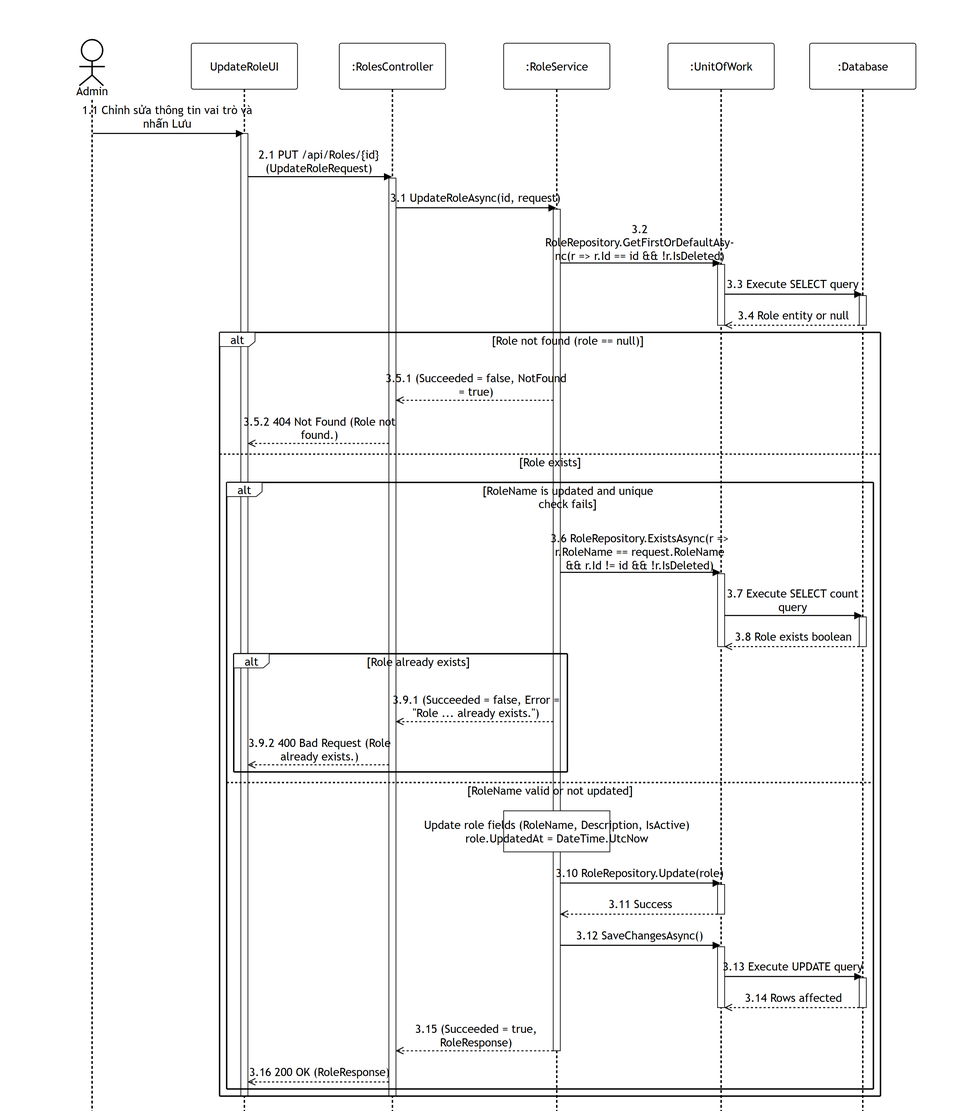
Earlier version of the Mermaid export 02-user-role-management/images/apis/update-role.png (PhucAnDev/docx-diagram). Its source is kept beside it as 02-user-role-management/sequence-diagram/apis/update-role.mmd. The source it was exported from:
```mermaid
%%{init: {'theme':'base', 'themeVariables': {'actorBkg':'#ffffff','actorBorder':'#000000','actorTextColor':'#000000','actorLineColor':'#000000','signalColor':'#000000','signalTextColor':'#000000','labelBoxBkgColor':'#ffffff','labelBoxBorderColor':'#000000','labelTextColor':'#000000','loopTextColor':'#000000','noteBkgColor':'#ffffff','noteBorderColor':'#000000','noteTextColor':'#000000','activationBorderColor':'#000000','activationBkgColor':'#ffffff','sequenceNumberColor':'#000000'}, 'sequence': {'width':150,'height':65,'actorFontSize':16,'messageFontSize':16,'wrap':true,'wrapPadding':10}}}%%
sequenceDiagram
    title PUT /api/Roles/{id}
    actor Admin as Admin
    participant UI as UpdateRoleUI
    participant Endpoint as :RolesController
    participant Service as :RoleService
    participant DB as :UnitOfWork
    participant Database as :Database

    Admin->>UI: 1.1 Chỉnh sửa thông tin vai trò và nhấn Lưu
    activate UI
    UI->>Endpoint: 2.1 PUT /api/Roles/{id} (UpdateRoleRequest)
    activate Endpoint

    Endpoint->>Service: 3.1 UpdateRoleAsync(id, request)
    activate Service

    Service->>DB: 3.2 RoleRepository.GetFirstOrDefaultAsync(r => r.Id == id && !r.IsDeleted)
    activate DB
    DB->>Database: 3.3 Execute SELECT query
    activate Database
    Database-->>DB: 3.4 Role entity or null
    deactivate Database
    deactivate DB

    alt Role not found (role == null)
        Service-->>Endpoint: 3.5.1 (Succeeded = false, NotFound = true)
        Endpoint-->>UI: 3.5.2 404 Not Found (Role not found.)
    else Role exists
        alt RoleName is updated and unique check fails
            Service->>DB: 3.6 RoleRepository.ExistsAsync(r => r.RoleName == request.RoleName && r.Id != id && !r.IsDeleted)
            activate DB
            DB->>Database: 3.7 Execute SELECT count query
            activate Database
            Database-->>DB: 3.8 Role exists boolean
            deactivate Database
            deactivate DB

            alt Role already exists
                Service-->>Endpoint: 3.9.1 (Succeeded = false, Error = "Role ... already exists.")
                Endpoint-->>UI: 3.9.2 400 Bad Request (Role already exists.)
            end
        else RoleName valid or not updated
            note over Service: Update role fields (RoleName, Description, IsActive)<br/>role.UpdatedAt = DateTime.UtcNow

            Service->>DB: 3.10 RoleRepository.Update(role)
            activate DB
            DB-->>Service: 3.11 Success
            deactivate DB

            Service->>DB: 3.12 SaveChangesAsync()
            activate DB
            DB->>Database: 3.13 Execute UPDATE query
            activate Database
            Database-->>DB: 3.14 Rows affected
            deactivate Database
            deactivate DB

            Service-->>Endpoint: 3.15 (Succeeded = true, RoleResponse)
            deactivate Service
            Endpoint-->>UI: 3.16 200 OK (RoleResponse)
        end
    end
    deactivate Endpoint
    deactivate UI
```
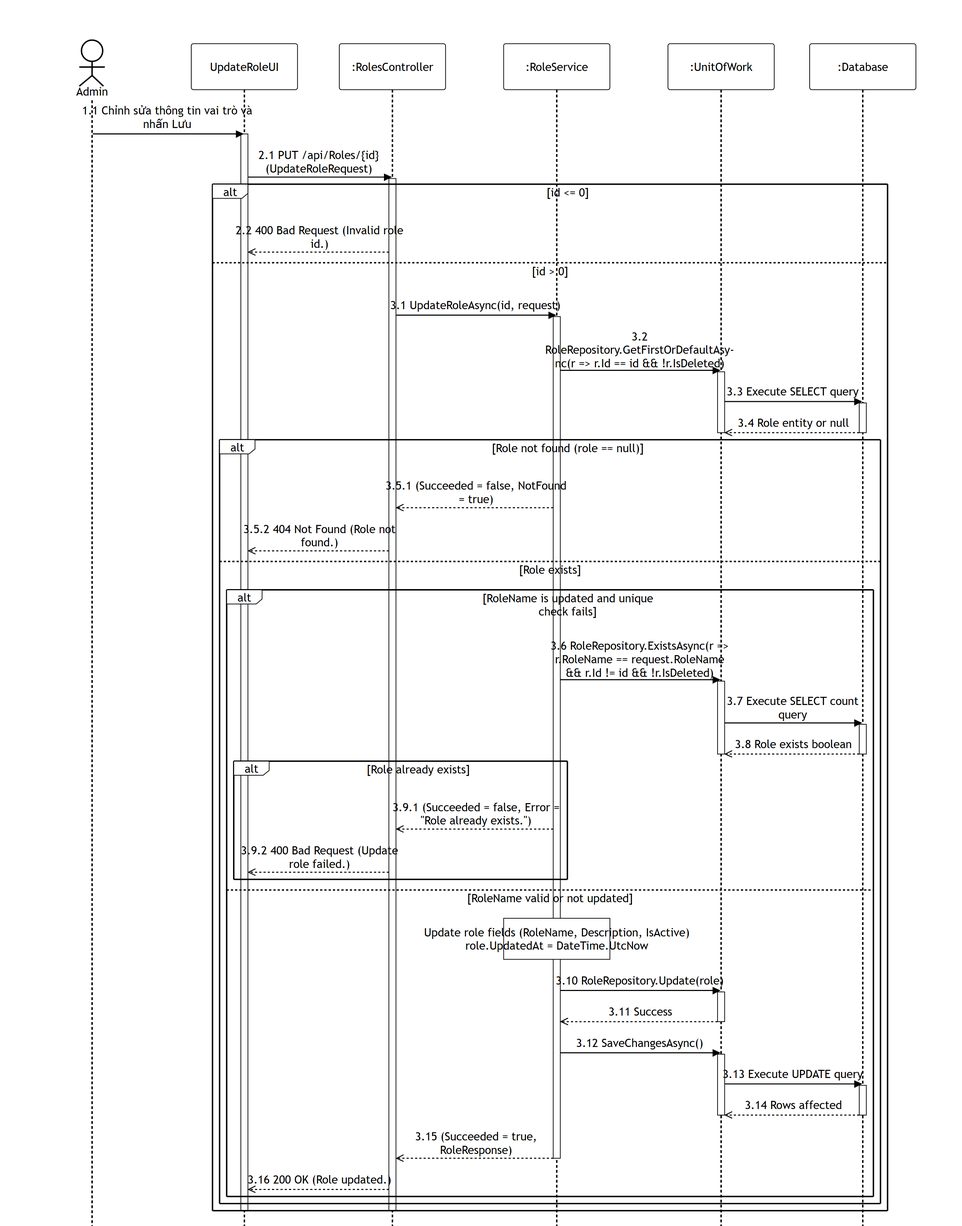
After the change.

The edit, as a diff of the source:
```diff
@@ -13,53 +13,57 @@
     UI->>Endpoint: 2.1 PUT /api/Roles/{id} (UpdateRoleRequest)
     activate Endpoint
 
-    Endpoint->>Service: 3.1 UpdateRoleAsync(id, request)
-    activate Service
+    alt id <= 0
+        Endpoint-->>UI: 2.2 400 Bad Request (Invalid role id.)
+    else id > 0
+        Endpoint->>Service: 3.1 UpdateRoleAsync(id, request)
+        activate Service
 
-    Service->>DB: 3.2 RoleRepository.GetFirstOrDefaultAsync(r => r.Id == id && !r.IsDeleted)
-    activate DB
-    DB->>Database: 3.3 Execute SELECT query
-    activate Database
-    Database-->>DB: 3.4 Role entity or null
-    deactivate Database
-    deactivate DB
+        Service->>DB: 3.2 RoleRepository.GetFirstOrDefaultAsync(r => r.Id == id && !r.IsDeleted)
+        activate DB
+        DB->>Database: 3.3 Execute SELECT query
+        activate Database
+        Database-->>DB: 3.4 Role entity or null
+        deactivate Database
+        deactivate DB
 
-    alt Role not found (role == null)
-        Service-->>Endpoint: 3.5.1 (Succeeded = false, NotFound = true)
-        Endpoint-->>UI: 3.5.2 404 Not Found (Role not found.)
-    else Role exists
-        alt RoleName is updated and unique check fails
-            Service->>DB: 3.6 RoleRepository.ExistsAsync(r => r.RoleName == request.RoleName && r.Id != id && !r.IsDeleted)
-            activate DB
-            DB->>Database: 3.7 Execute SELECT count query
-            activate Database
-            Database-->>DB: 3.8 Role exists boolean
-            deactivate Database
-            deactivate DB
+        alt Role not found (role == null)
+            Service-->>Endpoint: 3.5.1 (Succeeded = false, NotFound = true)
+            Endpoint-->>UI: 3.5.2 404 Not Found (Role not found.)
+        else Role exists
+            alt RoleName is updated and unique check fails
+                Service->>DB: 3.6 RoleRepository.ExistsAsync(r => r.RoleName == request.RoleName && r.Id != id && !r.IsDeleted)
+                activate DB
+                DB->>Database: 3.7 Execute SELECT count query
+                activate Database
+                Database-->>DB: 3.8 Role exists boolean
+                deactivate Database
+                deactivate DB
 
-            alt Role already exists
-                Service-->>Endpoint: 3.9.1 (Succeeded = false, Error = "Role ... already exists.")
-                Endpoint-->>UI: 3.9.2 400 Bad Request (Role already exists.)
+                alt Role already exists
+                    Service-->>Endpoint: 3.9.1 (Succeeded = false, Error = "Role already exists.")
+                    Endpoint-->>UI: 3.9.2 400 Bad Request (Update role failed.)
+                end
+            else RoleName valid or not updated
+                note over Service: Update role fields (RoleName, Description, IsActive)<br/>role.UpdatedAt = DateTime.UtcNow
+
+                Service->>DB: 3.10 RoleRepository.Update(role)
+                activate DB
+                DB-->>Service: 3.11 Success
+                deactivate DB
+
+                Service->>DB: 3.12 SaveChangesAsync()
+                activate DB
+                DB->>Database: 3.13 Execute UPDATE query
+                activate Database
+                Database-->>DB: 3.14 Rows affected
+                deactivate Database
+                deactivate DB
+
+                Service-->>Endpoint: 3.15 (Succeeded = true, RoleResponse)
+                deactivate Service
+                Endpoint-->>UI: 3.16 200 OK (Role updated.)
             end
-        else RoleName valid or not updated
-            note over Service: Update role fields (RoleName, Description, IsActive)<br/>role.UpdatedAt = DateTime.UtcNow
-
-            Service->>DB: 3.10 RoleRepository.Update(role)
-            activate DB
-            DB-->>Service: 3.11 Success
-            deactivate DB
-
-            Service->>DB: 3.12 SaveChangesAsync()
-            activate DB
-            DB->>Database: 3.13 Execute UPDATE query
-            activate Database
-            Database-->>DB: 3.14 Rows affected
-            deactivate Database
-            deactivate DB
-
-            Service-->>Endpoint: 3.15 (Succeeded = true, RoleResponse)
-            deactivate Service
-            Endpoint-->>UI: 3.16 200 OK (RoleResponse)
         end
     end
     deactivate Endpoint
```
